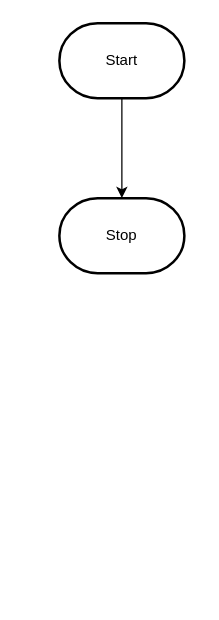
Earlier version of the draw.io diagram design/flowchart.drawio (MTHS-ICS2O-2-2022/ICS2O-Unit-6-02-austin-scavone). Source tidied: cells renumbered, new cells numbered last; positions are measured from the earlier drawing's top-left corner, leaving out a move shared by most shapes. Both pictures are drawn from the tidied source at 125%, with x=0, y=0 at pixel (59, 22).
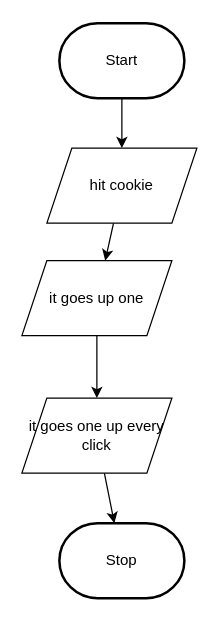
Above is the later version.

The edit, as a diff of the source:
```diff
@@
 <mxGraphModel>
   <root>
     <mxCell id="0" />
     <mxCell id="1" parent="0" />
-    <mxCell id="2" style="edgeStyle=orthogonalEdgeStyle;html=1;rounded=0;" parent="1" edge="1" source="3" target="4">
-      <mxGeometry relative="1" as="geometry" />
-    </mxCell>
+    <mxCell id="5" style="edgeStyle=none;html=1;" parent="1" edge="1" source="3" target="7">
+      <mxGeometry relative="1" as="geometry" />
+    </mxCell>
     <mxCell id="3" value="Start" style="strokeWidth=2;html=1;shape=mxgraph.flowchart.terminator;whiteSpace=wrap;" parent="1" vertex="1">
       <mxGeometry width="100" height="60" as="geometry" />
     </mxCell>
     <mxCell id="4" value="Stop" style="strokeWidth=2;html=1;shape=mxgraph.flowchart.terminator;whiteSpace=wrap;" parent="1" vertex="1">
-      <mxGeometry y="140" width="100" height="60" as="geometry" />
+      <mxGeometry y="400" width="100" height="60" as="geometry" />
     </mxCell>
+    <mxCell id="6" style="edgeStyle=none;html=1;" parent="1" edge="1" source="7" target="9">
+      <mxGeometry relative="1" as="geometry" />
+    </mxCell>
+    <mxCell id="7" value="hit cookie" style="shape=parallelogram;perimeter=parallelogramPerimeter;whiteSpace=wrap;html=1;fixedSize=1;" parent="1" vertex="1">
+      <mxGeometry x="-10" y="100" width="120" height="60" as="geometry" />
+    </mxCell>
+    <mxCell id="8" style="edgeStyle=none;html=1;" parent="1" edge="1" source="9" target="11">
+      <mxGeometry relative="1" as="geometry" />
+    </mxCell>
+    <mxCell id="9" value="it goes up one" style="shape=parallelogram;perimeter=parallelogramPerimeter;whiteSpace=wrap;html=1;fixedSize=1;" parent="1" vertex="1">
+      <mxGeometry x="-30" y="190" width="120" height="60" as="geometry" />
+    </mxCell>
+    <mxCell id="10" style="edgeStyle=none;html=1;" parent="1" edge="1" source="11" target="4">
+      <mxGeometry relative="1" as="geometry" />
+    </mxCell>
+    <mxCell id="11" value="it goes one up every click" style="shape=parallelogram;perimeter=parallelogramPerimeter;whiteSpace=wrap;html=1;fixedSize=1;" parent="1" vertex="1">
+      <mxGeometry x="-30" y="300" width="120" height="60" as="geometry" />
+    </mxCell>
   </root>
 </mxGraphModel>
```
